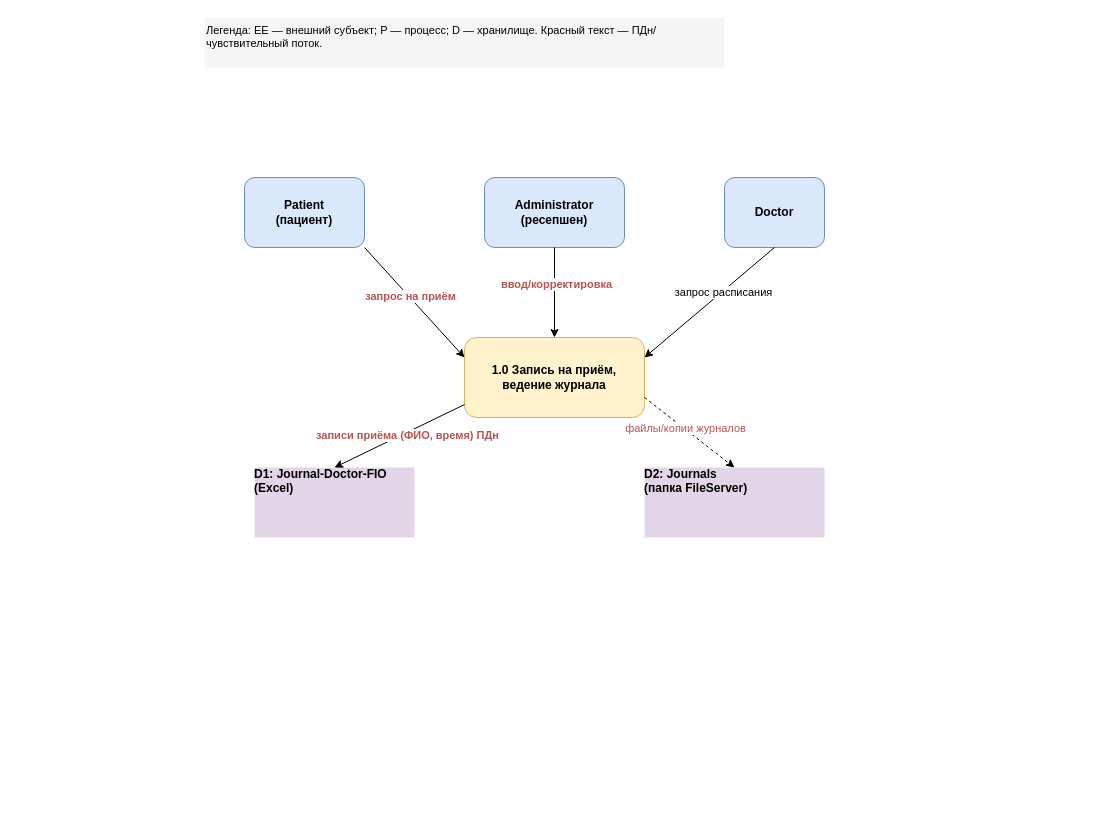
This is Task1/dfd-p1-scheduling.drawio from aymanstepanova/architecture-medikamente, a draw.io file, before an edit. Source tidied: cells renumbered, new cells numbered last; positions are measured from the earlier drawing's top-left corner, leaving out a move shared by most shapes. Both pictures are drawn from the tidied source at 100%, with x=0, y=0 at pixel (204, 17).
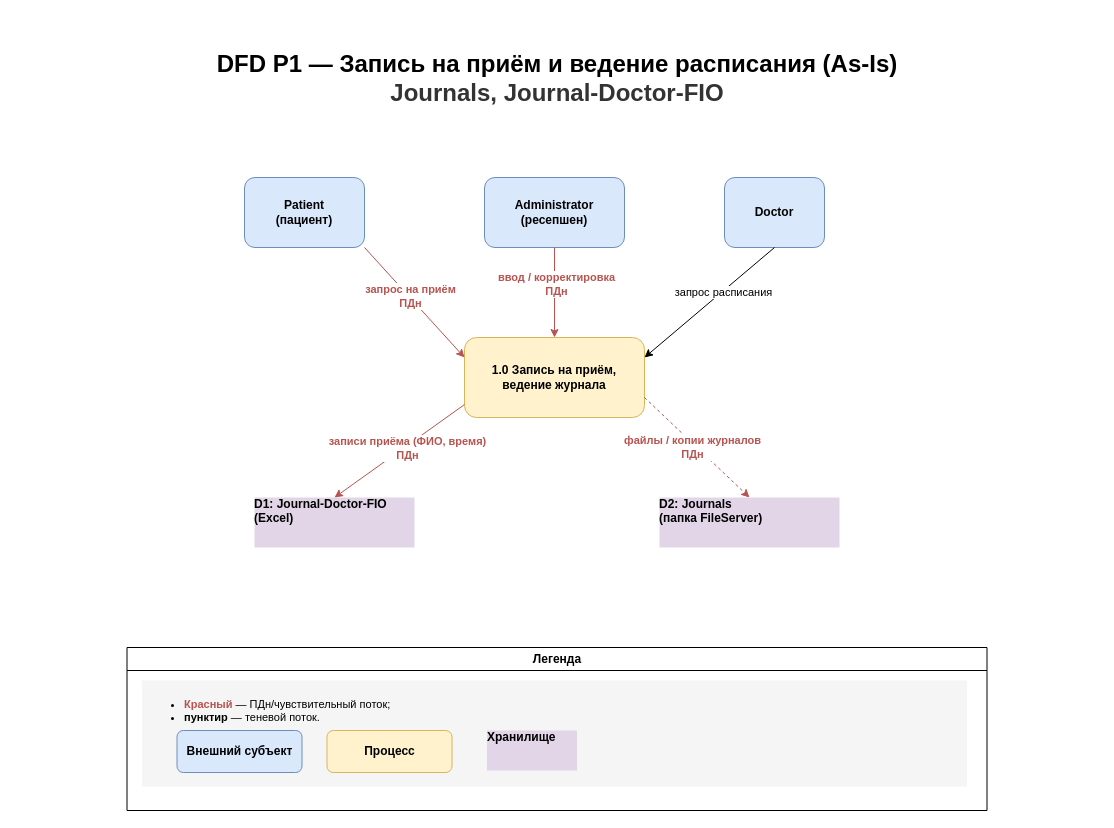
After the change.

Commit message:
task1: DFD **P1** — Запись на приём и ведение расписания (As-Is)

Unchanged cells that the change refers to:
```xml
<mxCell id="3" value="Patient&#10;(пациент)" style="rounded=1;whiteSpace=wrap;html=1;fillColor=#dae8fc;strokeColor=#6c8ebf;fontStyle=1;" parent="1" vertex="1">
  <mxGeometry x="40" y="160" width="120" height="70" as="geometry" />
</mxCell>
<mxCell id="4" value="Administrator&#10;(ресепшен)" style="rounded=1;whiteSpace=wrap;html=1;fillColor=#dae8fc;strokeColor=#6c8ebf;fontStyle=1;" parent="1" vertex="1">
  <mxGeometry x="280" y="160" width="140" height="70" as="geometry" />
</mxCell>
<mxCell id="6" value="1.0 Запись на приём,&#10;ведение журнала" style="rounded=1;whiteSpace=wrap;html=1;fillColor=#fff2cc;strokeColor=#d6b656;fontStyle=1;" parent="1" vertex="1">
  <mxGeometry x="260" y="320" width="180" height="80" as="geometry" />
</mxCell>
```

The edit, as a diff of the source:
```diff
@@
-    <mxCell id="2" value="Легенда: EE — внешний субъект; P — процесс; D — хранилище. Красный текст — ПДн/чувствительный поток." style="text;html=1;strokeColor=none;fillColor=#f5f5f5;align=left;verticalAlign=top;whiteSpace=wrap;rounded=0;fontSize=11;" parent="1" vertex="1">
-      <mxGeometry width="520" height="50" as="geometry" />
-    </mxCell>
+    <mxCell id="19" value="&lt;h1&gt;&lt;font&gt;&lt;b&gt;DFD P1 — Запись на приём и ведение расписания (As-Is)&lt;br&gt;&lt;/b&gt;&lt;/font&gt;&lt;font&gt;&lt;span style=&quot;color: rgb(51, 51, 51);&quot;&gt;Journals, Journal-Doctor-FIO&lt;/span&gt;&lt;/font&gt;&lt;/h1&gt;" style="text;html=1;strokeColor=none;fillColor=none;align=center;verticalAlign=top;whiteSpace=wrap;rounded=0;fontSize=12;" parent="1" vertex="1">
+      <mxGeometry x="-187.5" y="10" width="1080" height="48" as="geometry" />
+    </mxCell>
@@
     <mxCell id="7" value="D1: Journal-Doctor-FIO&#10;(Excel)" style="shape=partialRectangle;whiteSpace=wrap;html=1;align=left;spacingLeft=5;overflow=fill;fillColor=#e1d5e7;strokeColor=#9673a6;top=0;left=0;bottom=0;right=0;fontStyle=1;" parent="1" vertex="1">
-      <mxGeometry x="50" y="450" width="160" height="70" as="geometry" />
+      <mxGeometry x="50" y="480" width="160" height="50" as="geometry" />
     </mxCell>
     <mxCell id="8" value="D2: Journals&#10;(папка FileServer)" style="shape=partialRectangle;whiteSpace=wrap;html=1;align=left;spacingLeft=5;overflow=fill;fillColor=#e1d5e7;strokeColor=#9673a6;top=0;left=0;bottom=0;right=0;fontStyle=1;" parent="1" vertex="1">
-      <mxGeometry x="440" y="450" width="180" height="70" as="geometry" />
+      <mxGeometry x="455" y="480" width="180" height="50" as="geometry" />
     </mxCell>
-    <mxCell id="9" style="endArrow=classic;html=1;exitX=1;exitY=1;entryX=0;entryY=0.25;entryDx=0;entryDy=0;exitDx=0;exitDy=0;" parent="1" edge="1" source="3" target="6">
+    <mxCell id="9" style="endArrow=classic;html=1;exitX=1;exitY=1;entryX=0;entryY=0.25;entryDx=0;entryDy=0;exitDx=0;exitDy=0;fillColor=#f8cecc;strokeColor=#b85450;" parent="1" edge="1" source="3" target="6">
       <mxGeometry relative="1" as="geometry" />
     </mxCell>
-    <mxCell id="10" value="запрос на приём" style="edgeLabel;html=1;align=center;verticalAlign=middle;fontColor=#b85450;fontStyle=1;" parent="9" vertex="1">
+    <mxCell id="10" value="запрос на приём&#10;ПДн" style="edgeLabel;html=1;align=center;verticalAlign=middle;fontColor=#b85450;fontStyle=1;" parent="9" vertex="1">
       <mxGeometry x="-0.1" y="1" relative="1" as="geometry" />
     </mxCell>
-    <mxCell id="11" style="endArrow=classic;html=1;exitX=0.5;exitY=1;entryX=0.5;entryY=0;" parent="1" edge="1" source="4" target="6">
+    <mxCell id="11" style="endArrow=classic;html=1;exitX=0.5;exitY=1;entryX=0.5;entryY=0;fillColor=#f8cecc;strokeColor=#b85450;" parent="1" edge="1" source="4" target="6">
       <mxGeometry relative="1" as="geometry" />
     </mxCell>
-    <mxCell id="12" value="ввод/корректировка" style="edgeLabel;html=1;align=center;verticalAlign=middle;fontColor=#b85450;fontStyle=1;" parent="11" vertex="1">
+    <mxCell id="12" value="ввод / корректировка&#10;ПДн" style="edgeLabel;html=1;align=center;verticalAlign=middle;fontColor=#b85450;fontStyle=1;" parent="11" vertex="1">
       <mxGeometry x="-0.2" y="1" relative="1" as="geometry" />
     </mxCell>
@@
-    <mxCell id="15" style="endArrow=classic;html=1;exitX=0;exitY=0.838;entryX=0.5;entryY=0;exitDx=0;exitDy=0;exitPerimeter=0;" parent="1" edge="1" source="6" target="7">
+    <mxCell id="15" style="endArrow=classic;html=1;exitX=0;exitY=0.838;entryX=0.5;entryY=0;exitDx=0;exitDy=0;exitPerimeter=0;fillColor=#f8cecc;strokeColor=#b85450;" parent="1" edge="1" source="6" target="7">
       <mxGeometry relative="1" as="geometry" />
     </mxCell>
-    <mxCell id="16" value="записи приёма (ФИО, время) ПДн" style="edgeLabel;html=1;align=center;verticalAlign=middle;fontColor=#b85450;fontStyle=1;" parent="15" vertex="1">
+    <mxCell id="16" value="записи приёма (ФИО, время)&#10;ПДн" style="edgeLabel;html=1;align=center;verticalAlign=middle;fontColor=#b85450;fontStyle=1;" parent="15" vertex="1">
       <mxGeometry x="-0.1" y="2" relative="1" as="geometry" />
     </mxCell>
-    <mxCell id="17" style="endArrow=classic;html=1;exitX=1;exitY=0.75;entryX=0.5;entryY=0;dashed=1;exitDx=0;exitDy=0;entryDx=0;entryDy=0;" parent="1" edge="1" source="6" target="8">
+    <mxCell id="17" style="endArrow=classic;html=1;exitX=1;exitY=0.75;entryX=0.5;entryY=0;dashed=1;exitDx=0;exitDy=0;entryDx=0;entryDy=0;fillColor=#f8cecc;strokeColor=#b85450;" parent="1" edge="1" source="6" target="8">
       <mxGeometry relative="1" as="geometry" />
     </mxCell>
-    <mxCell id="18" value="файлы/копии журналов" style="edgeLabel;html=1;align=center;verticalAlign=middle;fontColor=#b85450;" parent="17" vertex="1">
-      <mxGeometry x="-0.1" y="1" relative="1" as="geometry" />
+    <mxCell id="18" value="файлы / копии журналов&#10;ПДн" style="edgeLabel;html=1;align=center;verticalAlign=middle;fontColor=#b85450;fontStyle=1;" parent="17" vertex="1">
+      <mxGeometry x="-0.1" y="1" relative="1" as="geometry">
+        <mxPoint y="5" as="offset" />
+      </mxGeometry>
     </mxCell>
+    <mxCell id="20" value="Легенда" style="swimlane;whiteSpace=wrap;html=1;" parent="1" vertex="1">
+      <mxGeometry x="-77.5" y="630" width="860" height="163" as="geometry" />
+    </mxCell>
+    <mxCell id="2" value="&lt;div&gt;&lt;ul&gt;&lt;li&gt;&lt;b style=&quot;color:#b85450&quot;&gt;Красный&lt;/b&gt; — ПДн/чувствительный поток;&amp;nbsp;&lt;/li&gt;&lt;li&gt;&lt;b&gt;пунктир&lt;/b&gt; — теневой поток.&lt;/li&gt;&lt;/ul&gt;&lt;/div&gt;" style="text;html=1;strokeColor=none;fillColor=#f5f5f5;align=left;verticalAlign=top;whiteSpace=wrap;rounded=0;fontSize=11;" parent="20" vertex="1">
+      <mxGeometry x="15" y="33" width="825" height="106" as="geometry" />
+    </mxCell>
+    <mxCell id="21" value="Внешний субъект" style="rounded=1;whiteSpace=wrap;html=1;fillColor=#dae8fc;strokeColor=#6c8ebf;fontStyle=1;" parent="20" vertex="1">
+      <mxGeometry x="50" y="83" width="125" height="42" as="geometry" />
+    </mxCell>
+    <mxCell id="22" value="Процесс" style="rounded=1;whiteSpace=wrap;html=1;fillColor=#fff2cc;strokeColor=#d6b656;fontStyle=1;" parent="20" vertex="1">
+      <mxGeometry x="200" y="83" width="125" height="42" as="geometry" />
+    </mxCell>
+    <mxCell id="23" value="Хранилище" style="shape=partialRectangle;whiteSpace=wrap;html=1;align=left;spacingLeft=5;overflow=fill;fillColor=#e1d5e7;strokeColor=#9673a6;top=0;left=0;bottom=0;right=0;fontStyle=1;" parent="20" vertex="1">
+      <mxGeometry x="360" y="83" width="90" height="40" as="geometry" />
+    </mxCell>
```
